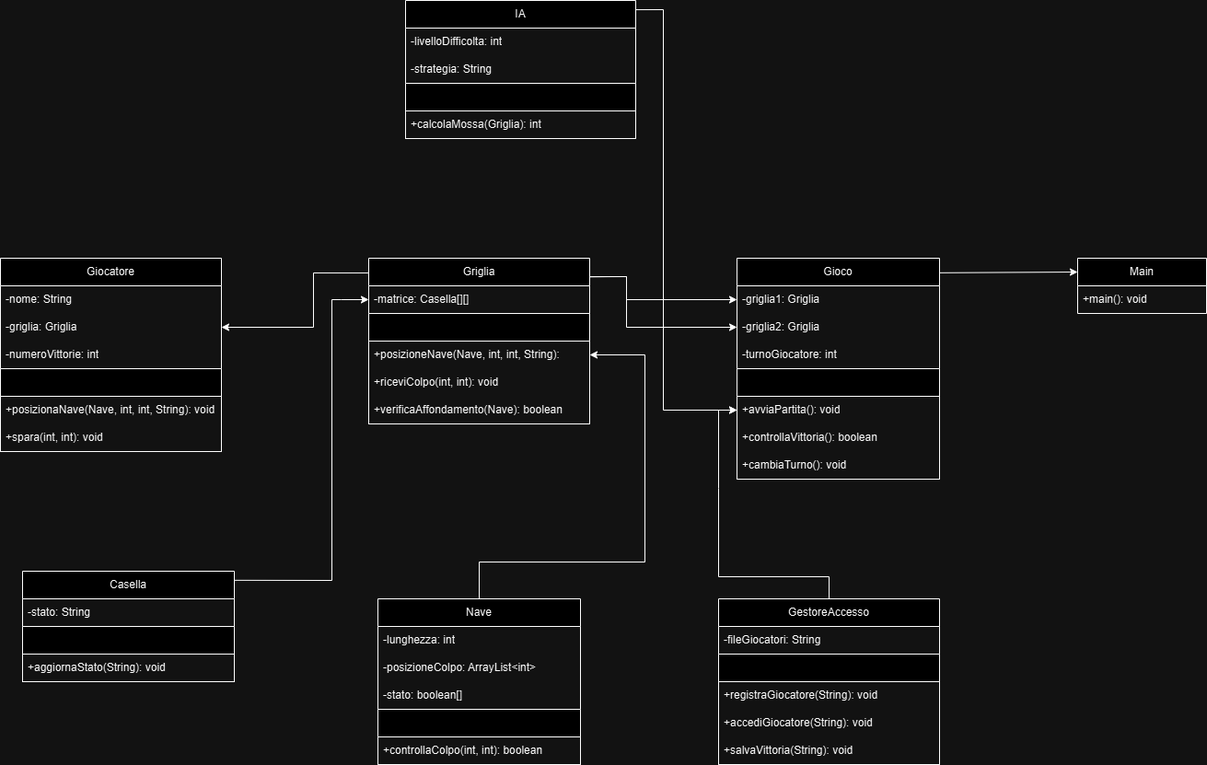
The draw.io diagram UML.png in Filippo027/Progetto-Battaglia-Navale, before a commit. Source tidied: cells renumbered, new cells last; positions are measured from the earlier drawing's top-left corner, leaving out a move shared by most shapes.
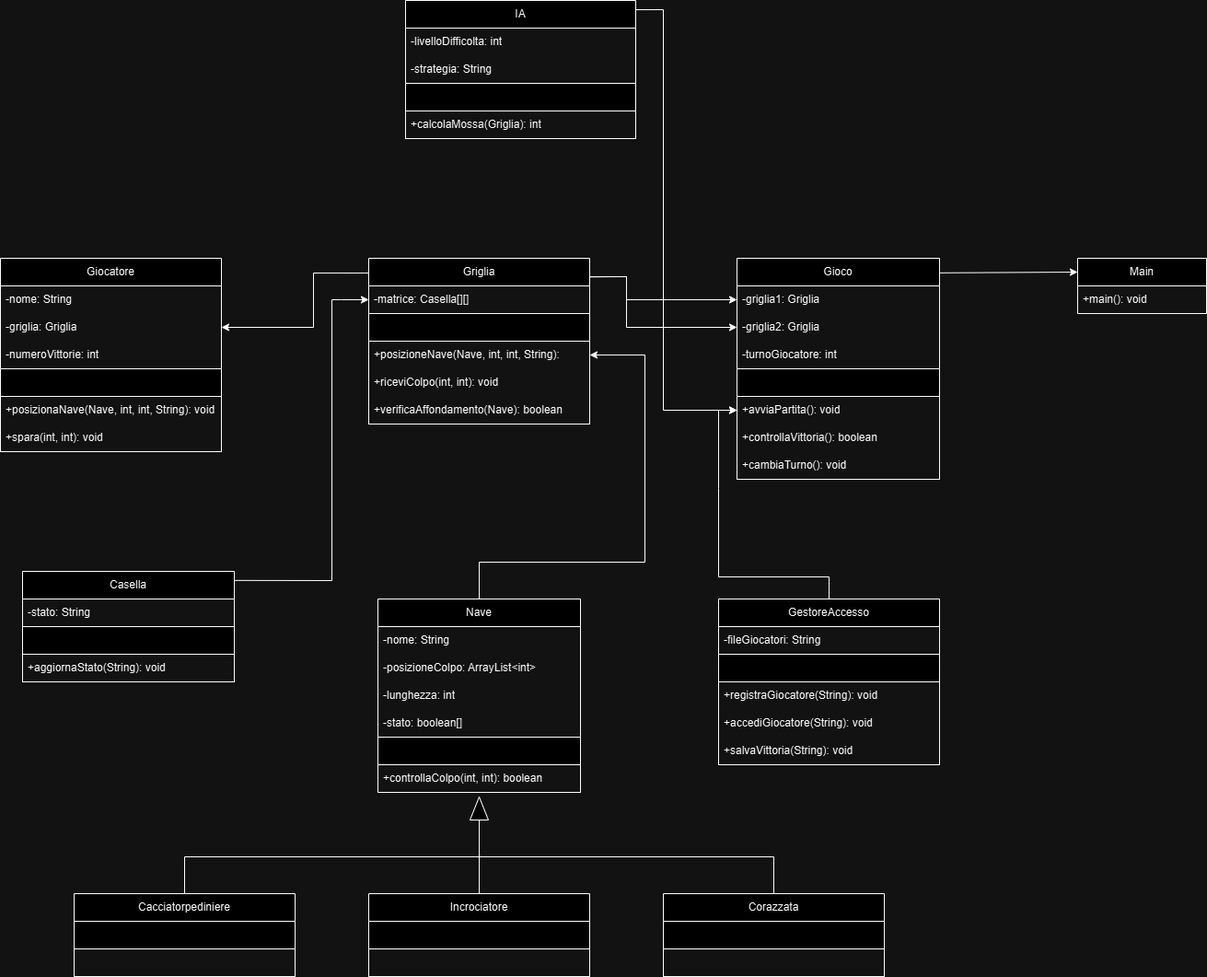
Later version of the same file.

Change to the diagram source:
```diff
@@ -39,19 +39,22 @@
       <mxGeometry y="60" width="240" height="30" as="geometry" />
     </mxCell>
     <mxCell id="14" value="Nave" style="swimlane;fontStyle=0;horizontal=1;startSize=30;whiteSpace=wrap;html=1;" parent="1" vertex="1">
-      <mxGeometry x="410" y="650" width="220" height="180" as="geometry" />
+      <mxGeometry x="410" y="650" width="220" height="210" as="geometry" />
     </mxCell>
+    <mxCell id="54" value="-nome: String" style="text;strokeColor=none;fillColor=none;align=left;verticalAlign=middle;spacingLeft=4;spacingRight=4;overflow=hidden;whiteSpace=wrap;html=1;" parent="14" vertex="1">
+      <mxGeometry y="30" width="220" height="30" as="geometry" />
+    </mxCell>
+    <mxCell id="16" value="-posizioneColpo: ArrayList&amp;lt;int&amp;gt;" style="text;strokeColor=none;fillColor=none;align=left;verticalAlign=middle;spacingLeft=4;spacingRight=4;overflow=hidden;whiteSpace=wrap;html=1;" parent="14" vertex="1">
+      <mxGeometry y="60" width="220" height="30" as="geometry" />
+    </mxCell>
     <mxCell id="15" value="-lunghezza: int" style="text;strokeColor=none;fillColor=none;align=left;verticalAlign=middle;spacingLeft=4;spacingRight=4;overflow=hidden;whiteSpace=wrap;html=1;" parent="14" vertex="1">
-      <mxGeometry y="30" width="220" height="30" as="geometry" />
+      <mxGeometry y="90" width="220" height="30" as="geometry" />
     </mxCell>
-    <mxCell id="16" value="-posizioneColpo: ArrayList&amp;lt;int&amp;gt;" style="text;strokeColor=none;fillColor=none;align=left;verticalAlign=middle;spacingLeft=4;spacingRight=4;overflow=hidden;whiteSpace=wrap;html=1;" parent="14" vertex="1">
-      <mxGeometry y="60" width="220" height="30" as="geometry" />
-    </mxCell>
     <mxCell id="17" value="-stato: boolean[]" style="text;strokeColor=none;fillColor=none;align=left;verticalAlign=middle;spacingLeft=4;spacingRight=4;overflow=hidden;whiteSpace=wrap;html=1;" parent="14" vertex="1">
-      <mxGeometry y="90" width="220" height="30" as="geometry" />
+      <mxGeometry y="120" width="220" height="30" as="geometry" />
     </mxCell>
     <mxCell id="18" style="swimlane;fontStyle=0;horizontal=1;startSize=30;whiteSpace=wrap;html=1;" parent="14" vertex="1">
-      <mxGeometry y="120" width="220" height="60" as="geometry" />
+      <mxGeometry y="150" width="220" height="60" as="geometry" />
     </mxCell>
     <mxCell id="19" value="+controllaColpo(int, int): boolean" style="text;strokeColor=none;fillColor=none;align=left;verticalAlign=middle;spacingLeft=4;spacingRight=4;overflow=hidden;whiteSpace=wrap;html=1;" parent="18" vertex="1">
       <mxGeometry y="30" width="220" height="30" as="geometry" />
@@ -198,5 +201,47 @@
         </Array>
       </mxGeometry>
     </mxCell>
+    <mxCell id="55" value="Cacciatorpediniere" style="swimlane;fontStyle=0;horizontal=1;startSize=30;whiteSpace=wrap;html=1;" parent="1" vertex="1">
+      <mxGeometry x="80" y="970" width="240" height="90" as="geometry" />
+    </mxCell>
+    <mxCell id="56" style="swimlane;fontStyle=0;horizontal=1;startSize=30;whiteSpace=wrap;html=1;" parent="55" vertex="1">
+      <mxGeometry y="30" width="240" height="60" as="geometry" />
+    </mxCell>
+    <mxCell id="57" value="Incrociatore" style="swimlane;fontStyle=0;horizontal=1;startSize=30;whiteSpace=wrap;html=1;" parent="1" vertex="1">
+      <mxGeometry x="400" y="970" width="240" height="90" as="geometry" />
+    </mxCell>
+    <mxCell id="58" style="swimlane;fontStyle=0;horizontal=1;startSize=30;whiteSpace=wrap;html=1;" parent="57" vertex="1">
+      <mxGeometry y="30" width="240" height="60" as="geometry" />
+    </mxCell>
+    <mxCell id="59" value="Corazzata" style="swimlane;fontStyle=0;horizontal=1;startSize=30;whiteSpace=wrap;html=1;" parent="1" vertex="1">
+      <mxGeometry x="720" y="970" width="240" height="90" as="geometry" />
+    </mxCell>
+    <mxCell id="60" style="swimlane;fontStyle=0;horizontal=1;startSize=30;whiteSpace=wrap;html=1;" parent="59" vertex="1">
+      <mxGeometry y="30" width="240" height="60" as="geometry" />
+    </mxCell>
+    <mxCell id="61" style="triangle;whiteSpace=wrap;html=1;rotation=-90;" parent="1" vertex="1">
+      <mxGeometry x="507.5" y="867.5" width="25" height="20" as="geometry" />
+    </mxCell>
+    <mxCell id="62" style="endArrow=none;html=1;rounded=0;entryX=0;entryY=0.5;entryDx=0;entryDy=0;" parent="1" edge="1" target="61">
+      <mxGeometry relative="1" as="geometry">
+        <mxPoint x="520" y="970" as="sourcePoint" />
+      </mxGeometry>
+    </mxCell>
+    <mxCell id="63" style="endArrow=none;html=1;rounded=0;entryX=0;entryY=0.5;entryDx=0;entryDy=0;exitX=0.5;exitY=0;exitDx=0;exitDy=0;" parent="1" edge="1" source="59" target="61">
+      <mxGeometry relative="1" as="geometry">
+        <Array as="points">
+          <mxPoint x="840" y="930" />
+          <mxPoint x="520" y="930" />
+        </Array>
+      </mxGeometry>
+    </mxCell>
+    <mxCell id="64" style="endArrow=none;html=1;rounded=0;entryX=0;entryY=0.5;entryDx=0;entryDy=0;exitX=0.5;exitY=0;exitDx=0;exitDy=0;" parent="1" edge="1" source="55" target="61">
+      <mxGeometry relative="1" as="geometry">
+        <Array as="points">
+          <mxPoint x="200" y="930" />
+          <mxPoint x="520" y="930" />
+        </Array>
+      </mxGeometry>
+    </mxCell>
   </root>
 </mxGraphModel>
```
